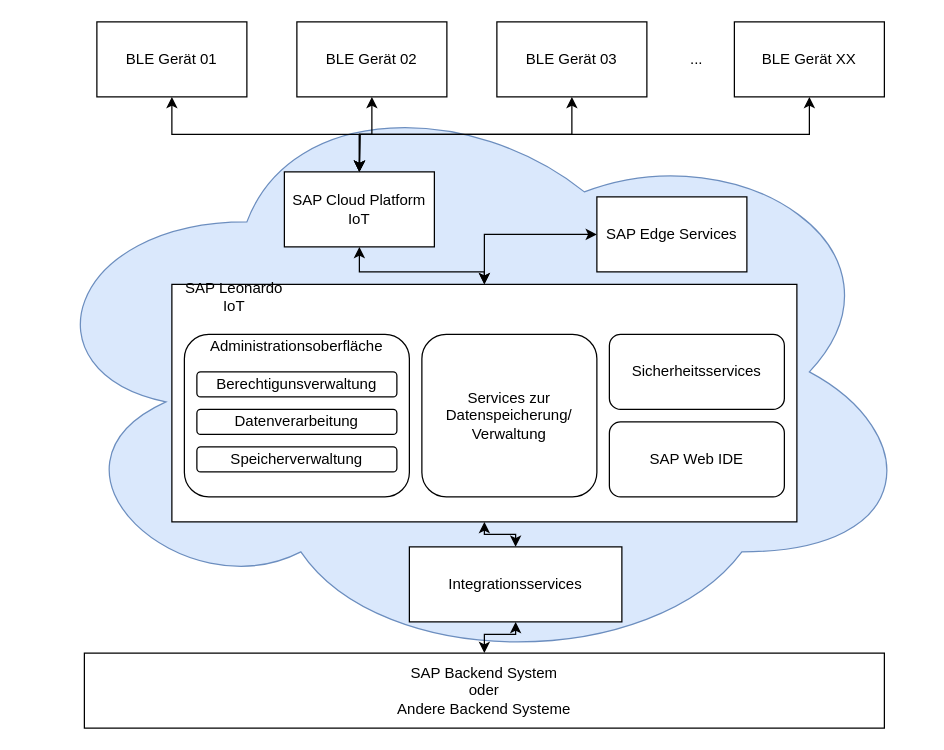
Reitermaniac/SAP-und-IoT---Die-Anbindung-von-Bluetooth-Low-Energy-BLE-an-SAP keeps this draw.io diagram as LaTex files/figures/Interface.drawio. Above is the earlier version. Source tidied: cells renumbered, new cells numbered last; positions are measured from the earlier drawing's top-left corner, leaving out a move shared by most shapes. Both pictures are drawn from the tidied source at 125%, with x=0, y=0 at pixel (21, 21).
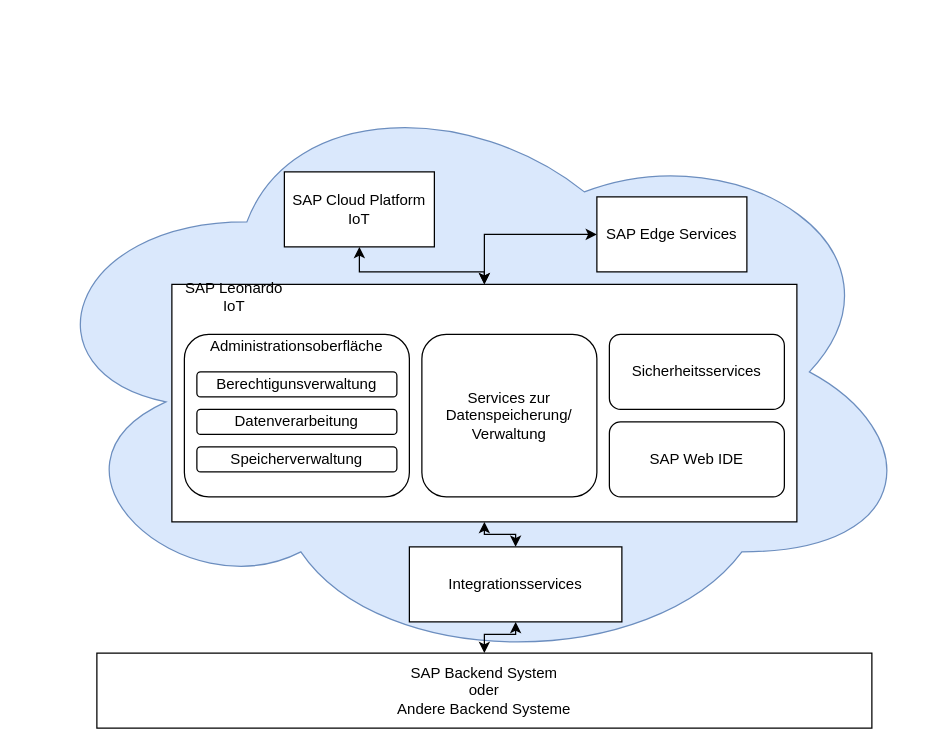
The same page after the edit.

Unchanged cells that the change refers to:
```xml
<mxCell id="6" value="SAP Cloud Platform IoT" style="rounded=0;whiteSpace=wrap;html=1;" parent="1" vertex="1">
  <mxGeometry x="210" y="120" width="120" height="60" as="geometry" />
</mxCell>
```

The edit, as a diff of the source:
```diff
@@
     <mxCell id="8" value="&lt;div&gt;SAP Backend System &lt;br&gt;&lt;/div&gt;&lt;div&gt;oder&lt;/div&gt;&lt;div&gt;Andere Backend Systeme&lt;br&gt;&lt;/div&gt;" style="rounded=0;whiteSpace=wrap;html=1;" parent="1" vertex="1">
-      <mxGeometry x="50" y="505" width="640" height="60" as="geometry" />
+      <mxGeometry x="60" y="505" width="620" height="60" as="geometry" />
     </mxCell>
@@
-    <mxCell id="21" style="edgeStyle=orthogonalEdgeStyle;rounded=0;jettySize=auto;html=1;exitX=0.5;exitY=1;exitDx=0;exitDy=0;startArrow=classic;startFill=1;" parent="1" edge="1" source="22" target="6">
-      <mxGeometry relative="1" as="geometry" />
-    </mxCell>
-    <mxCell id="22" value="BLE Gerät 01" style="rounded=0;whiteSpace=wrap;html=1;" parent="1" vertex="1">
-      <mxGeometry x="60" width="120" height="60" as="geometry" />
-    </mxCell>
-    <mxCell id="23" style="edgeStyle=orthogonalEdgeStyle;rounded=0;jettySize=auto;html=1;exitX=0.5;exitY=1;exitDx=0;exitDy=0;startArrow=classic;startFill=1;" parent="1" edge="1" source="24">
-      <mxGeometry relative="1" as="geometry">
-        <mxPoint x="270" y="120" as="targetPoint" />
-      </mxGeometry>
-    </mxCell>
-    <mxCell id="24" value="BLE Gerät 02" style="rounded=0;whiteSpace=wrap;html=1;" parent="1" vertex="1">
-      <mxGeometry x="220" width="120" height="60" as="geometry" />
-    </mxCell>
-    <mxCell id="25" style="edgeStyle=orthogonalEdgeStyle;rounded=0;jettySize=auto;html=1;exitX=0.5;exitY=1;exitDx=0;exitDy=0;startArrow=classic;startFill=1;" parent="1" edge="1" source="26" target="6">
-      <mxGeometry relative="1" as="geometry" />
-    </mxCell>
-    <mxCell id="26" value="BLE Gerät 03" style="rounded=0;whiteSpace=wrap;html=1;" parent="1" vertex="1">
-      <mxGeometry x="380" width="120" height="60" as="geometry" />
-    </mxCell>
-    <mxCell id="27" style="edgeStyle=orthogonalEdgeStyle;rounded=0;jettySize=auto;html=1;exitX=0.5;exitY=1;exitDx=0;exitDy=0;startArrow=classic;startFill=1;" parent="1" edge="1" source="28">
-      <mxGeometry relative="1" as="geometry">
-        <mxPoint x="270" y="120" as="targetPoint" />
-      </mxGeometry>
-    </mxCell>
-    <mxCell id="28" value="BLE Gerät XX" style="rounded=0;whiteSpace=wrap;html=1;" parent="1" vertex="1">
-      <mxGeometry x="570" width="120" height="60" as="geometry" />
-    </mxCell>
-    <mxCell id="29" value="..." style="text;html=1;strokeColor=none;fillColor=none;align=center;verticalAlign=middle;whiteSpace=wrap;rounded=0;" parent="1" vertex="1">
-      <mxGeometry x="520" y="20" width="40" height="20" as="geometry" />
-    </mxCell>
```
